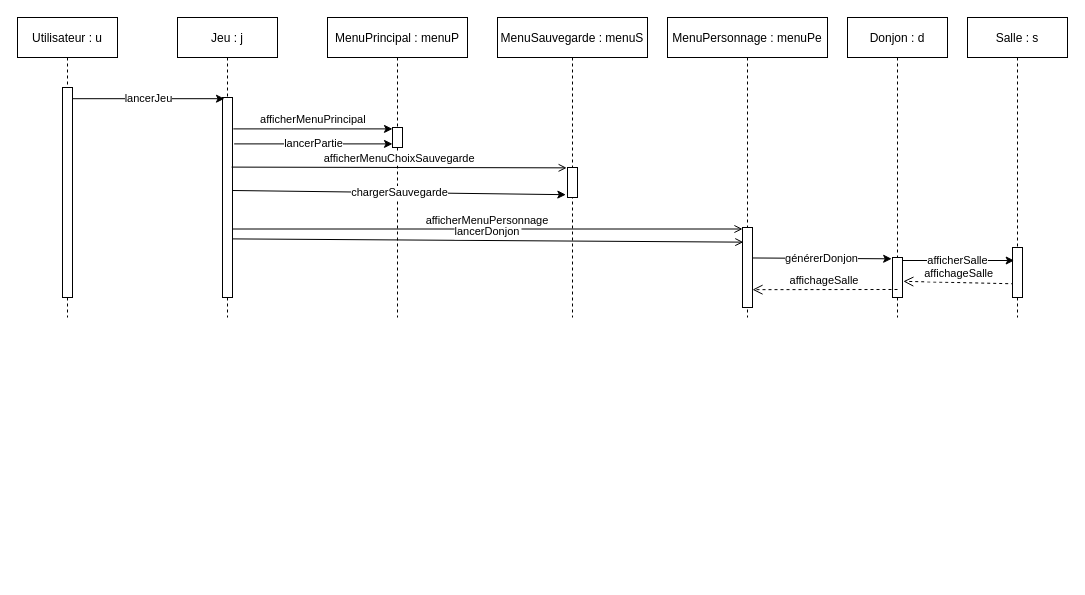
Eoloc/M1MIAGE_ProjetUML keeps this draw.io diagram as Diagrammes/Diagrammes de séquences/Diagramme de sequence - Scenario1.drawio. Above is the earlier version. Source tidied: cells renumbered, new cells numbered last; positions are measured from the earlier drawing's top-left corner, leaving out a move shared by most shapes. Both pictures are drawn from the tidied source at 100%, with x=0, y=0 at pixel (17, 17).
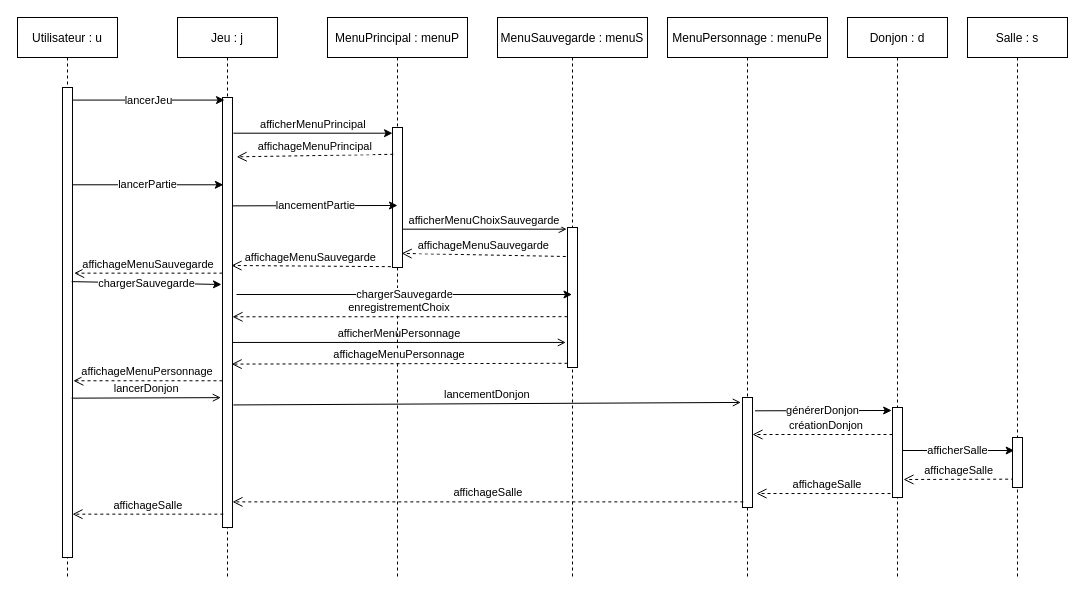
The same diagram, later.

What changed in the source:
```diff
@@
     <mxCell id="2" value="Jeu : j" style="shape=umlLifeline;perimeter=lifelinePerimeter;rounded=0;shadow=0;strokeWidth=1;" parent="1" vertex="1">
-      <mxGeometry x="160" width="100" height="300" as="geometry" />
+      <mxGeometry x="160" width="100" height="560" as="geometry" />
     </mxCell>
     <mxCell id="3" style="points=[];perimeter=orthogonalPerimeter;rounded=0;shadow=0;strokeWidth=1;" parent="2" vertex="1">
-      <mxGeometry x="45" y="80" width="10" height="200" as="geometry" />
+      <mxGeometry x="45" y="80" width="10" height="430" as="geometry" />
     </mxCell>
-    <mxCell id="4" value="afficherMenuPrincipal" style="verticalAlign=bottom;endArrow=classic;endSize=6;shadow=0;strokeWidth=1;exitX=1.083;exitY=0.157;exitDx=0;exitDy=0;exitPerimeter=0;endFill=1;" parent="1" edge="1" source="3" target="11">
+    <mxCell id="4" value="afficherMenuPrincipal" style="verticalAlign=bottom;endArrow=classic;endSize=6;shadow=0;strokeWidth=1;exitX=1.083;exitY=0.083;exitDx=0;exitDy=0;exitPerimeter=0;endFill=1;" parent="1" edge="1" source="3" target="11">
       <mxGeometry relative="1" as="geometry" />
     </mxCell>
     <mxCell id="5" value="Utilisateur : u" style="shape=umlLifeline;perimeter=lifelinePerimeter;rounded=0;shadow=0;strokeWidth=1;" parent="1" vertex="1">
-      <mxGeometry width="100" height="300" as="geometry" />
+      <mxGeometry width="100" height="560" as="geometry" />
     </mxCell>
     <mxCell id="6" style="points=[];perimeter=orthogonalPerimeter;rounded=0;shadow=0;strokeWidth=1;" parent="5" vertex="1">
-      <mxGeometry x="45" y="70" width="10" height="210" as="geometry" />
+      <mxGeometry x="45" y="70" width="10" height="470" as="geometry" />
     </mxCell>
@@
-    <mxCell id="8" value="lancerPartie" style="endArrow=classic;html=1;exitX=1.167;exitY=0.232;exitDx=0;exitDy=0;exitPerimeter=0;" parent="1" edge="1" source="3" target="11">
+    <mxCell id="8" value="lancerPartie" style="endArrow=classic;html=1;exitX=1;exitY=0.207;exitDx=0;exitDy=0;exitPerimeter=0;entryX=0.083;entryY=0.203;entryDx=0;entryDy=0;entryPerimeter=0;" parent="1" edge="1" source="6" target="3">
       <mxGeometry relative="1" as="geometry" />
     </mxCell>
-    <mxCell id="9" value="afficherMenuPersonnage" style="verticalAlign=bottom;endArrow=open;endSize=6;shadow=0;strokeWidth=1;" parent="1" edge="1" source="3">
-      <mxGeometry relative="1" as="geometry">
-        <mxPoint x="725" y="211.5" as="targetPoint" />
-      </mxGeometry>
+    <mxCell id="9" value="afficherMenuPersonnage" style="verticalAlign=bottom;endArrow=open;endSize=6;shadow=0;strokeWidth=1;entryX=-0.167;entryY=0.821;entryDx=0;entryDy=0;entryPerimeter=0;" parent="1" edge="1" source="3" target="13">
+      <mxGeometry relative="1" as="geometry" />
     </mxCell>
     <mxCell id="10" value="MenuPrincipal : menuP" style="shape=umlLifeline;perimeter=lifelinePerimeter;rounded=0;shadow=0;strokeWidth=1;" parent="1" vertex="1">
-      <mxGeometry x="310" width="140" height="300" as="geometry" />
+      <mxGeometry x="310" width="140" height="560" as="geometry" />
     </mxCell>
     <mxCell id="11" style="points=[];perimeter=orthogonalPerimeter;rounded=0;shadow=0;strokeWidth=1;" parent="10" vertex="1">
-      <mxGeometry x="65" y="110" width="10" height="20" as="geometry" />
+      <mxGeometry x="65" y="110" width="10" height="140" as="geometry" />
     </mxCell>
     <mxCell id="12" value="MenuSauvegarde : menuS" style="shape=umlLifeline;perimeter=lifelinePerimeter;rounded=0;shadow=0;strokeWidth=1;" parent="1" vertex="1">
-      <mxGeometry x="480" width="150" height="300" as="geometry" />
+      <mxGeometry x="480" width="150" height="560" as="geometry" />
     </mxCell>
     <mxCell id="13" style="points=[];perimeter=orthogonalPerimeter;rounded=0;shadow=0;strokeWidth=1;" parent="12" vertex="1">
-      <mxGeometry x="70" y="150" width="10" height="30" as="geometry" />
+      <mxGeometry x="70" y="210" width="10" height="140" as="geometry" />
     </mxCell>
     <mxCell id="14" value="MenuPersonnage : menuPe" style="shape=umlLifeline;perimeter=lifelinePerimeter;rounded=0;shadow=0;strokeWidth=1;" parent="1" vertex="1">
-      <mxGeometry x="650" width="160" height="300" as="geometry" />
+      <mxGeometry x="650" width="160" height="560" as="geometry" />
     </mxCell>
+    <mxCell id="22" style="points=[];perimeter=orthogonalPerimeter;rounded=0;shadow=0;strokeWidth=1;" parent="14" vertex="1">
+      <mxGeometry x="75" y="380" width="10" height="110" as="geometry" />
+    </mxCell>
     <mxCell id="15" value="Donjon : d" style="shape=umlLifeline;perimeter=lifelinePerimeter;rounded=0;shadow=0;strokeWidth=1;" parent="1" vertex="1">
-      <mxGeometry x="830" width="100" height="300" as="geometry" />
+      <mxGeometry x="830" width="100" height="560" as="geometry" />
     </mxCell>
     <mxCell id="16" style="points=[];perimeter=orthogonalPerimeter;rounded=0;shadow=0;strokeWidth=1;" parent="15" vertex="1">
-      <mxGeometry x="45" y="240" width="10" height="40" as="geometry" />
+      <mxGeometry x="45" y="390" width="10" height="90" as="geometry" />
     </mxCell>
-    <mxCell id="17" value="générerDonjon" style="endArrow=classic;html=1;exitX=1;exitY=0.381;exitDx=0;exitDy=0;exitPerimeter=0;entryX=-0.083;entryY=0.033;entryDx=0;entryDy=0;entryPerimeter=0;" parent="1" edge="1" source="22" target="16">
+    <mxCell id="17" value="générerDonjon" style="endArrow=classic;html=1;exitX=1.25;exitY=0.121;exitDx=0;exitDy=0;exitPerimeter=0;entryX=-0.083;entryY=0.033;entryDx=0;entryDy=0;entryPerimeter=0;" parent="1" edge="1" source="22" target="16">
       <mxGeometry x="-0.01" relative="1" as="geometry" />
     </mxCell>
-    <mxCell id="18" value="afficherMenuChoixSauvegarde" style="verticalAlign=bottom;endArrow=open;endSize=6;shadow=0;strokeWidth=1;entryX=-0.083;entryY=0.012;entryDx=0;entryDy=0;entryPerimeter=0;exitX=0.917;exitY=0.348;exitDx=0;exitDy=0;exitPerimeter=0;" parent="1" edge="1" source="3" target="13">
+    <mxCell id="18" value="afficherMenuChoixSauvegarde" style="verticalAlign=bottom;endArrow=open;endSize=6;shadow=0;strokeWidth=1;entryX=-0.083;entryY=0.012;entryDx=0;entryDy=0;entryPerimeter=0;" parent="1" edge="1" source="11" target="13">
       <mxGeometry relative="1" as="geometry" />
     </mxCell>
-    <mxCell id="19" value="affichageSalle" style="verticalAlign=bottom;endArrow=open;dashed=1;endSize=8;shadow=0;strokeWidth=1;exitX=0.167;exitY=0.627;exitDx=0;exitDy=0;exitPerimeter=0;entryX=1.083;entryY=0.596;entryDx=0;entryDy=0;entryPerimeter=0;" parent="1" edge="1" target="16">
-      <mxGeometry relative="1" as="geometry">
-        <mxPoint x="996.7" y="266.3" as="sourcePoint" />
-      </mxGeometry>
+    <mxCell id="19" value="affichageSalle" style="verticalAlign=bottom;endArrow=open;dashed=1;endSize=8;shadow=0;strokeWidth=1;exitX=0.167;exitY=0.833;exitDx=0;exitDy=0;exitPerimeter=0;entryX=1.1;entryY=0.8;entryDx=0;entryDy=0;entryPerimeter=0;" parent="1" edge="1" source="21" target="16">
+      <mxGeometry relative="1" as="geometry" />
     </mxCell>
     <mxCell id="20" value="Salle : s" style="shape=umlLifeline;perimeter=lifelinePerimeter;rounded=0;shadow=0;strokeWidth=1;" parent="1" vertex="1">
-      <mxGeometry x="950" width="100" height="300" as="geometry" />
+      <mxGeometry x="950" width="100" height="560" as="geometry" />
     </mxCell>
     <mxCell id="21" style="points=[];perimeter=orthogonalPerimeter;rounded=0;shadow=0;strokeWidth=1;" parent="20" vertex="1">
-      <mxGeometry x="45" y="230" width="10" height="50" as="geometry" />
+      <mxGeometry x="45" y="420" width="10" height="50" as="geometry" />
     </mxCell>
-    <mxCell id="22" style="points=[];perimeter=orthogonalPerimeter;rounded=0;shadow=0;strokeWidth=1;" parent="1" vertex="1">
-      <mxGeometry x="725" y="210" width="10" height="80" as="geometry" />
-    </mxCell>
@@
-    <mxCell id="24" value="chargerSauvegarde" style="endArrow=classic;html=1;exitX=1;exitY=0.465;exitDx=0;exitDy=0;exitPerimeter=0;entryX=-0.167;entryY=0.906;entryDx=0;entryDy=0;entryPerimeter=0;" parent="1" edge="1" source="3" target="13">
-      <mxGeometry relative="1" as="geometry" />
+    <mxCell id="24" value="chargerSauvegarde" style="endArrow=classic;html=1;exitX=0.917;exitY=0.413;exitDx=0;exitDy=0;exitPerimeter=0;" parent="1" edge="1" source="6">
+      <mxGeometry relative="1" as="geometry">
+        <mxPoint x="204" y="267" as="targetPoint" />
+      </mxGeometry>
     </mxCell>
-    <mxCell id="25" value="lancerDonjon" style="verticalAlign=bottom;endArrow=open;endSize=6;shadow=0;strokeWidth=1;exitX=1;exitY=0.707;exitDx=0;exitDy=0;exitPerimeter=0;entryX=0.083;entryY=0.183;entryDx=0;entryDy=0;entryPerimeter=0;" parent="1" edge="1" source="3" target="22">
+    <mxCell id="25" value="lancerDonjon" style="verticalAlign=bottom;endArrow=open;endSize=6;shadow=0;strokeWidth=1;exitX=0.917;exitY=0.661;exitDx=0;exitDy=0;exitPerimeter=0;entryX=-0.167;entryY=0.698;entryDx=0;entryDy=0;entryPerimeter=0;" parent="1" edge="1" source="6" target="3">
       <mxGeometry relative="1" as="geometry" />
     </mxCell>
-    <mxCell id="26" value="affichageSalle" style="verticalAlign=bottom;endArrow=open;dashed=1;endSize=8;shadow=0;strokeWidth=1;entryX=1;entryY=0.777;entryDx=0;entryDy=0;entryPerimeter=0;" parent="1" edge="1" target="22">
-      <mxGeometry relative="1" as="geometry">
-        <mxPoint x="880" y="272" as="sourcePoint" />
-      </mxGeometry>
-    </mxCell>
+    <mxCell id="27" value="affichageMenuPersonnage" style="verticalAlign=bottom;endArrow=open;dashed=1;endSize=8;shadow=0;strokeWidth=1;entryX=0.917;entryY=0.62;entryDx=0;entryDy=0;entryPerimeter=0;exitX=0;exitY=0.97;exitDx=0;exitDy=0;exitPerimeter=0;" parent="1" edge="1" source="13" target="3">
+      <mxGeometry relative="1" as="geometry" />
+    </mxCell>
+    <mxCell id="28" value="affichageSalle" style="verticalAlign=bottom;endArrow=open;dashed=1;endSize=8;shadow=0;strokeWidth=1;exitX=0.083;exitY=0.949;exitDx=0;exitDy=0;exitPerimeter=0;" parent="1" edge="1" source="22" target="3">
+      <mxGeometry relative="1" as="geometry" />
+    </mxCell>
+    <mxCell id="29" value="affichageMenuSauvegarde" style="verticalAlign=bottom;endArrow=open;dashed=1;endSize=8;shadow=0;strokeWidth=1;exitX=-0.167;exitY=0.25;exitDx=0;exitDy=0;exitPerimeter=0;entryX=0.917;entryY=0.899;entryDx=0;entryDy=0;entryPerimeter=0;" parent="1" edge="1" target="11">
+      <mxGeometry relative="1" as="geometry">
+        <mxPoint x="548.3" y="239" as="sourcePoint" />
+      </mxGeometry>
+    </mxCell>
+    <mxCell id="30" value="enregistrementChoix" style="verticalAlign=bottom;endArrow=open;dashed=1;endSize=8;shadow=0;strokeWidth=1;exitX=0;exitY=0.637;exitDx=0;exitDy=0;exitPerimeter=0;entryX=1;entryY=0.51;entryDx=0;entryDy=0;entryPerimeter=0;" parent="1" edge="1" source="13" target="3">
+      <mxGeometry relative="1" as="geometry" />
+    </mxCell>
+    <mxCell id="31" value="affichageMenuPrincipal" style="verticalAlign=bottom;endArrow=open;dashed=1;endSize=8;shadow=0;strokeWidth=1;exitX=0.083;exitY=0.611;exitDx=0;exitDy=0;exitPerimeter=0;entryX=1.417;entryY=0.138;entryDx=0;entryDy=0;entryPerimeter=0;" parent="1" edge="1" target="3">
+      <mxGeometry relative="1" as="geometry">
+        <mxPoint x="375.8" y="136.8" as="sourcePoint" />
+      </mxGeometry>
+    </mxCell>
+    <mxCell id="32" value="affichageMenuSauvegarde" style="verticalAlign=bottom;endArrow=open;dashed=1;endSize=8;shadow=0;strokeWidth=1;exitX=-0.167;exitY=0.994;exitDx=0;exitDy=0;exitPerimeter=0;" parent="1" edge="1" source="11">
+      <mxGeometry relative="1" as="geometry">
+        <mxPoint x="214" y="248" as="targetPoint" />
+      </mxGeometry>
+    </mxCell>
+    <mxCell id="33" value="lancementPartie" style="endArrow=classic;html=1;exitX=1;exitY=0.252;exitDx=0;exitDy=0;exitPerimeter=0;entryX=0.5;entryY=0.557;entryDx=0;entryDy=0;entryPerimeter=0;" parent="1" edge="1" source="3" target="11">
+      <mxGeometry relative="1" as="geometry" />
+    </mxCell>
+    <mxCell id="34" value="chargerSauvegarde" style="endArrow=classic;html=1;" parent="1" edge="1" target="12">
+      <mxGeometry relative="1" as="geometry">
+        <mxPoint x="219" y="277" as="sourcePoint" />
+      </mxGeometry>
+    </mxCell>
+    <mxCell id="35" value="affichageMenuSauvegarde" style="verticalAlign=bottom;endArrow=open;dashed=1;endSize=8;shadow=0;strokeWidth=1;entryX=1.167;entryY=0.395;entryDx=0;entryDy=0;entryPerimeter=0;" parent="1" edge="1" source="3" target="6">
+      <mxGeometry relative="1" as="geometry" />
+    </mxCell>
+    <mxCell id="36" value="affichageMenuPersonnage" style="verticalAlign=bottom;endArrow=open;dashed=1;endSize=8;shadow=0;strokeWidth=1;entryX=1.083;entryY=0.624;entryDx=0;entryDy=0;entryPerimeter=0;" parent="1" edge="1" source="3" target="6">
+      <mxGeometry relative="1" as="geometry" />
+    </mxCell>
+    <mxCell id="37" value="lancementDonjon" style="verticalAlign=bottom;endArrow=open;endSize=6;shadow=0;strokeWidth=1;exitX=1.083;exitY=0.715;exitDx=0;exitDy=0;exitPerimeter=0;entryX=-0.167;entryY=0.045;entryDx=0;entryDy=0;entryPerimeter=0;" parent="1" edge="1" source="3" target="22">
+      <mxGeometry relative="1" as="geometry" />
+    </mxCell>
+    <mxCell id="38" value="affichageSalle" style="verticalAlign=bottom;endArrow=open;dashed=1;endSize=8;shadow=0;strokeWidth=1;exitX=0.083;exitY=0.969;exitDx=0;exitDy=0;exitPerimeter=0;" parent="1" edge="1" source="3" target="6">
+      <mxGeometry relative="1" as="geometry" />
+    </mxCell>
+    <mxCell id="39" value="créationDonjon" style="verticalAlign=bottom;endArrow=open;dashed=1;endSize=8;shadow=0;strokeWidth=1;exitX=0;exitY=0.3;exitDx=0;exitDy=0;exitPerimeter=0;" parent="1" edge="1">
+      <mxGeometry x="-0.06" relative="1" as="geometry">
+        <mxPoint x="875" y="417" as="sourcePoint" />
+        <mxPoint x="735" y="417" as="targetPoint" />
+      </mxGeometry>
+    </mxCell>
+    <mxCell id="40" value="affichageSalle" style="verticalAlign=bottom;endArrow=open;dashed=1;endSize=8;shadow=0;strokeWidth=1;exitX=-0.2;exitY=0.956;exitDx=0;exitDy=0;exitPerimeter=0;entryX=1.4;entryY=0.873;entryDx=0;entryDy=0;entryPerimeter=0;" parent="1" edge="1" source="16" target="22">
+      <mxGeometry x="-0.06" relative="1" as="geometry" />
+    </mxCell>
```
